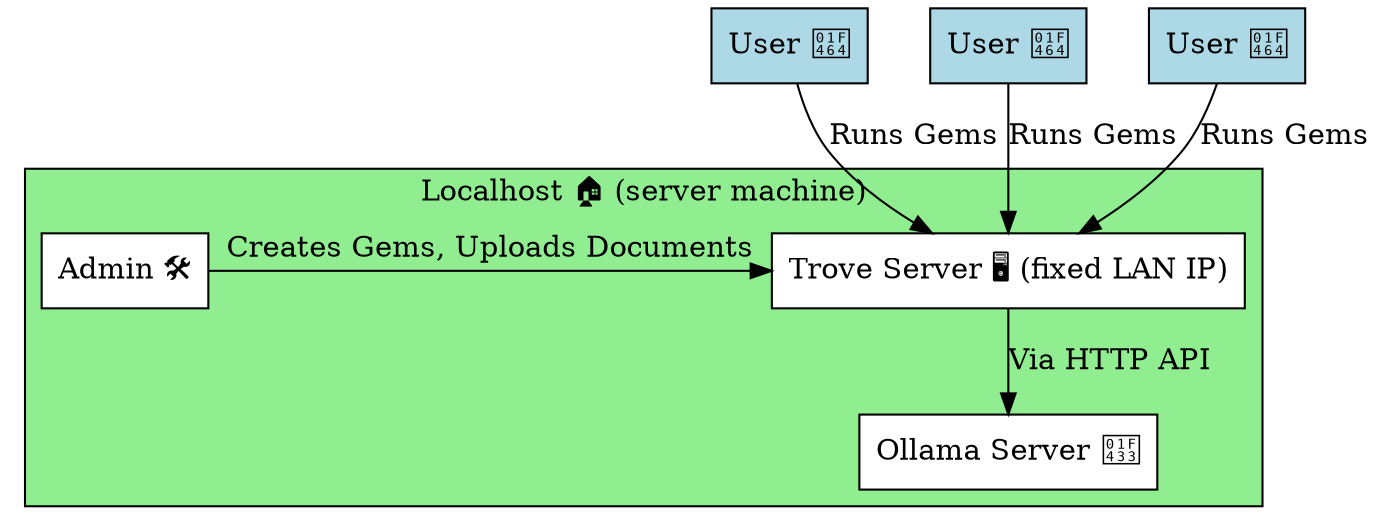
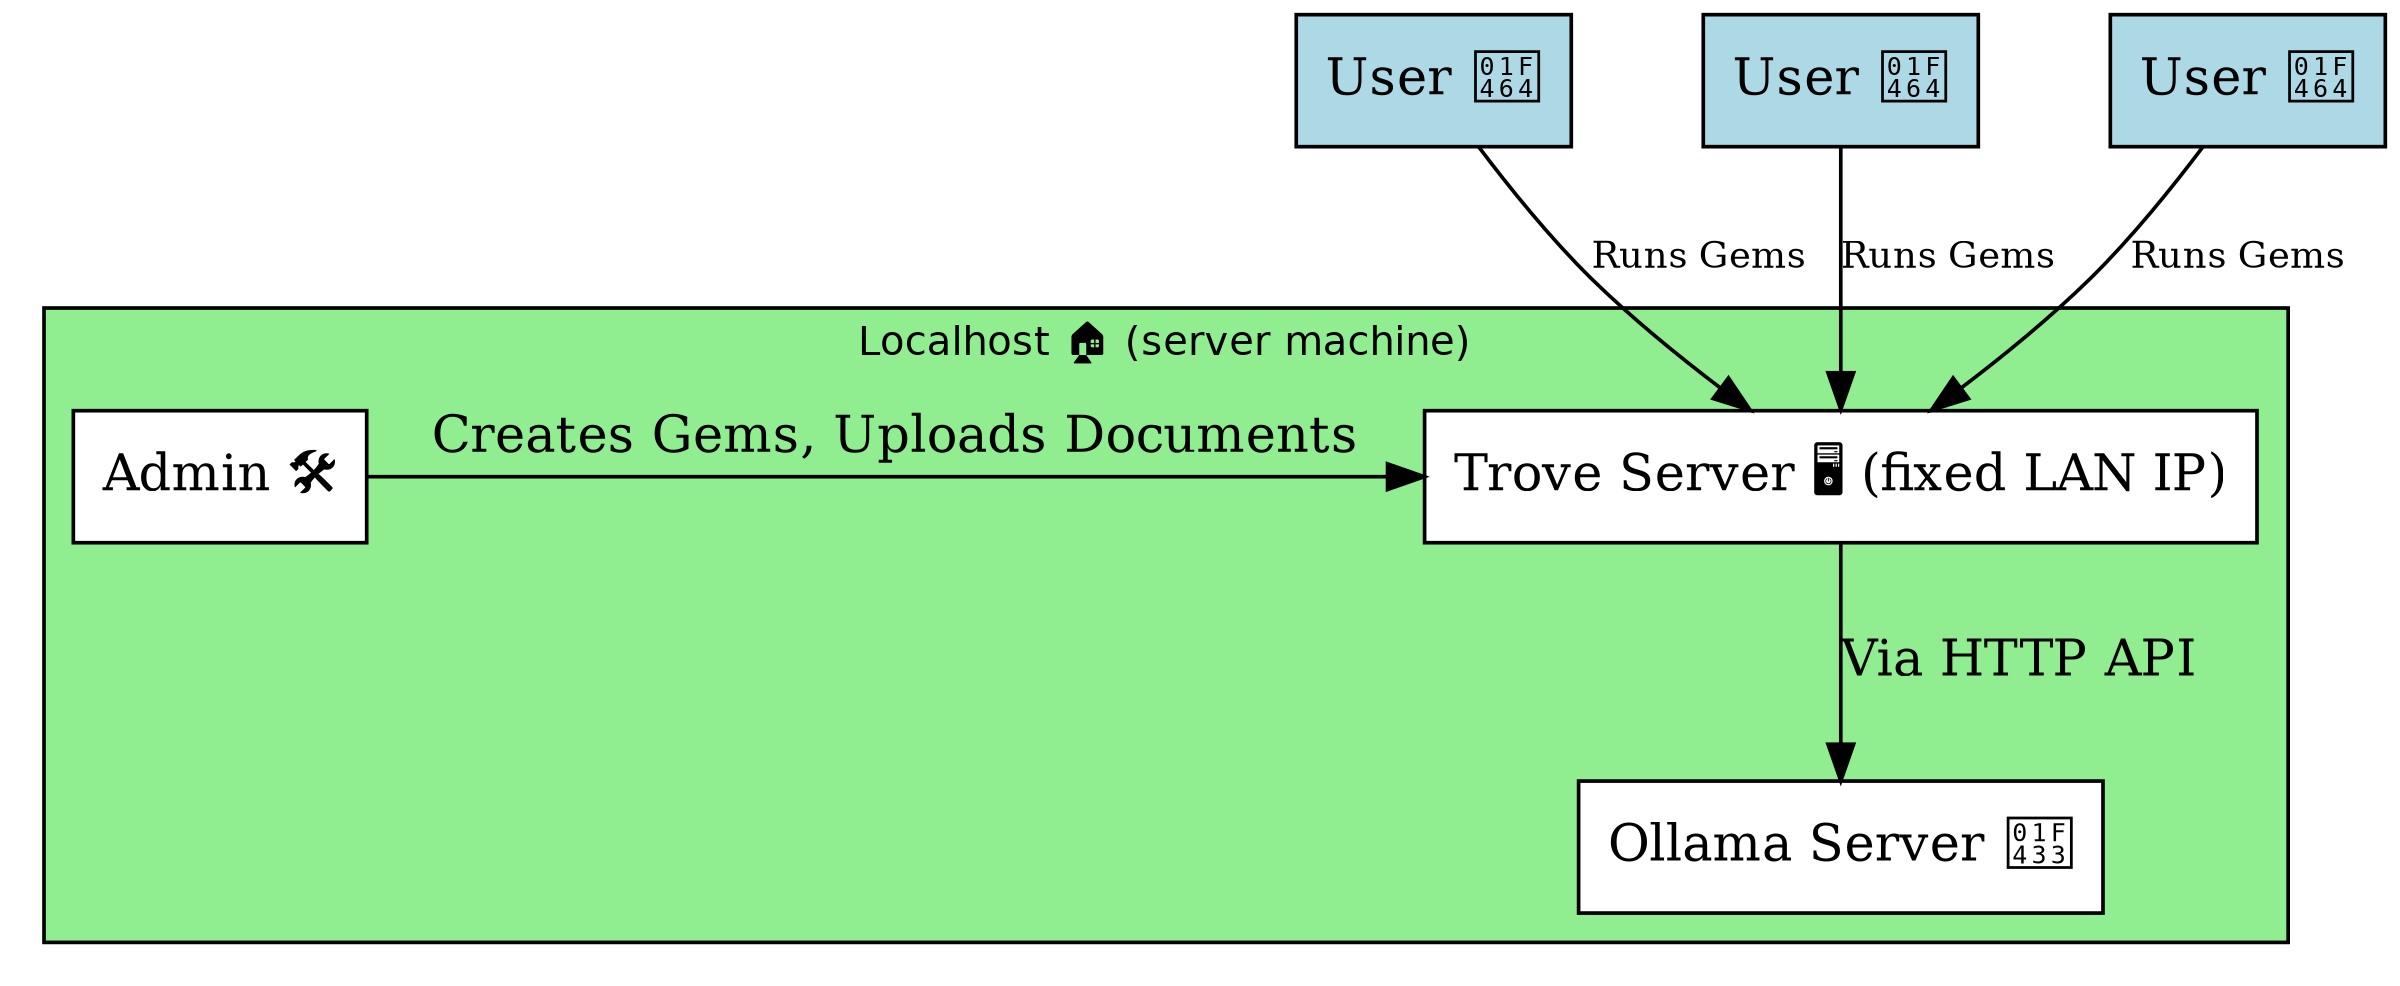
digraph {
+     size="16!,10!"
+     dpi=150
+     nodesep=0.5
+     ranksep=0.7
+     fontname="Helvetica"
+     fontsize=11
    rankdir=UD

    User_1 [shape=box, label="User 👤", fillcolor=lightblue, style=filled]
    User_2 [shape=box, label="User 👤", fillcolor=lightblue, style=filled]
    User_3 [shape=box, label="User 👤", fillcolor=lightblue, style=filled]

    subgraph cluster_localhost {
        label="Localhost 🏠 (server machine)"
        fillcolor=lightgreen
        style=filled
        Server [shape=box, label="Trove Server 🖥️ (fixed LAN IP)", fillcolor=white, style=filled]
        Admin [shape=box, label="Admin 🛠️", fillcolor=white, style=filled]
        Admin -> Server [label="Creates Gems, Uploads Documents"]
        { rank=same; Server; Admin }
        Ollama [shape=box, label="Ollama Server 🐳", fillcolor=white, style=filled]
        Server -> Ollama [label="Via HTTP API"]
    }

-     User_1 -> Server [label="Runs Gems"]
-     User_2 -> Server [label="Runs Gems"]
-     User_3 -> Server [label="Runs Gems"]
- }+     User_1 -> Server [label="Runs Gems", fontsize=10]
+     User_2 -> Server [label="Runs Gems", fontsize=10]
+     User_3 -> Server [label="Runs Gems", fontsize=10]
+ }
